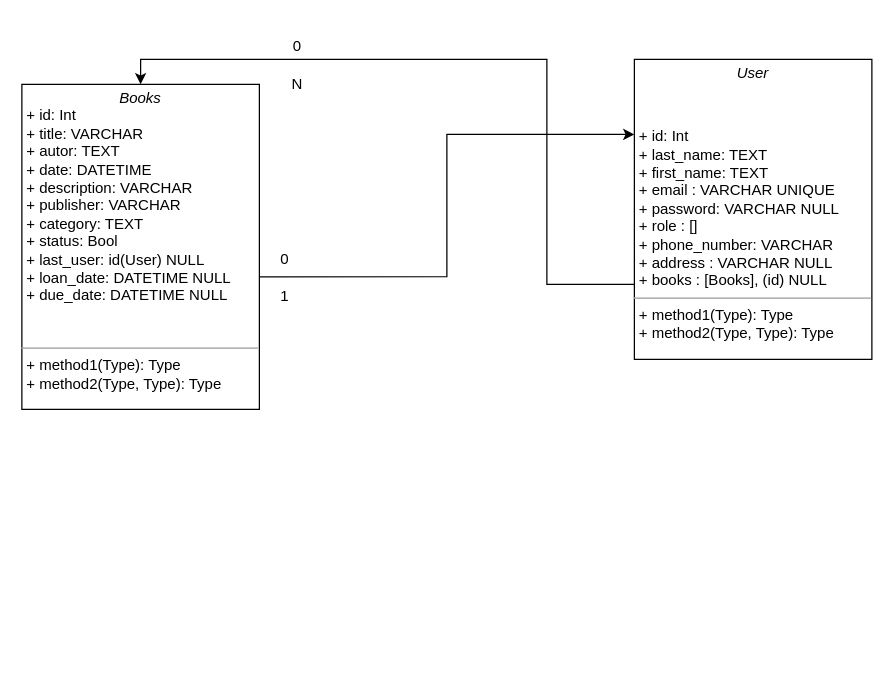
Earlier version of the draw.io diagram diagrams/Database.drawio (HugoDev12/library). Source tidied: cells renumbered, new cells numbered last; positions are measured from the earlier drawing's top-left corner, leaving out a move shared by most shapes. Both pictures are drawn from the tidied source at 125%, with x=0, y=0 at pixel (21, 34).
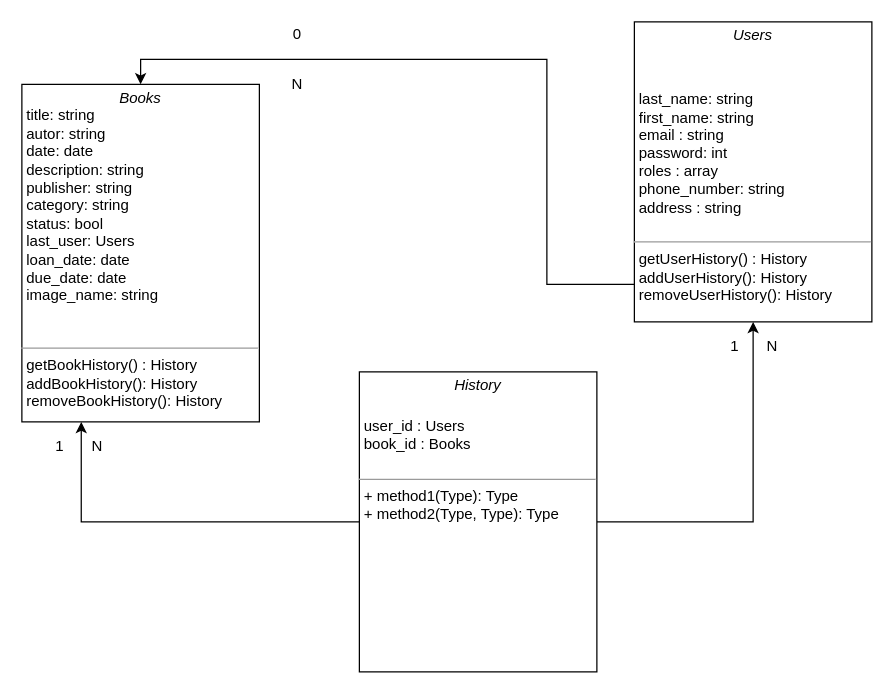
After the change.

The edit, as a diff of the source:
```diff
@@
 <mxGraphModel background="#FFFFFF">
   <root>
     <mxCell id="0" />
     <mxCell id="1" parent="0" />
-    <mxCell id="2" style="edgeStyle=orthogonalEdgeStyle;rounded=0;jettySize=auto;entryX=0;entryY=0.25;entryDx=0;entryDy=0;exitX=1;exitY=0.592;exitDx=0;exitDy=0;exitPerimeter=0;fontColor=#000000;labelBackgroundColor=none;spacing=4;" parent="1" edge="1" source="3" target="5">
-      <mxGeometry relative="1" as="geometry" />
-    </mxCell>
-    <mxCell id="3" value="&lt;p style=&quot;margin: 0px ; margin-top: 4px ; text-align: center&quot;&gt;&lt;i&gt;Books&lt;/i&gt;&lt;/p&gt;&lt;p style=&quot;margin: 0px ; margin-left: 4px&quot;&gt;+ id: Int&lt;br&gt;+ title: VARCHAR&lt;/p&gt;&lt;p style=&quot;margin: 0px ; margin-left: 4px&quot;&gt;+ autor: TEXT&lt;/p&gt;&lt;p style=&quot;margin: 0px ; margin-left: 4px&quot;&gt;+ date: DATETIME&lt;/p&gt;&lt;p style=&quot;margin: 0px ; margin-left: 4px&quot;&gt;+ description: VARCHAR&lt;/p&gt;&lt;p style=&quot;margin: 0px ; margin-left: 4px&quot;&gt;+ publisher: VARCHAR&lt;/p&gt;&lt;p style=&quot;margin: 0px ; margin-left: 4px&quot;&gt;+ category: TEXT&lt;/p&gt;&lt;p style=&quot;margin: 0px ; margin-left: 4px&quot;&gt;+ status: Bool&lt;/p&gt;&lt;p style=&quot;margin: 0px ; margin-left: 4px&quot;&gt;+ last_user: id(User) NULL&lt;/p&gt;&lt;p style=&quot;margin: 0px ; margin-left: 4px&quot;&gt;+ loan_date: DATETIME NULL&lt;/p&gt;&lt;p style=&quot;margin: 0px ; margin-left: 4px&quot;&gt;+ due_date: DATETIME NULL&lt;/p&gt;&lt;p style=&quot;margin: 0px ; margin-left: 4px&quot;&gt;&lt;br&gt;&lt;/p&gt;&lt;p style=&quot;margin: 0px ; margin-left: 4px&quot;&gt;&lt;br&gt;&lt;/p&gt;&lt;hr size=&quot;1&quot;&gt;&lt;p style=&quot;margin: 0px ; margin-left: 4px&quot;&gt;+ method1(Type): Type&lt;br&gt;+ method2(Type, Type): Type&lt;/p&gt;" style="verticalAlign=top;align=left;overflow=fill;fontSize=12;fontFamily=Helvetica;html=1;rounded=0;shadow=0;comic=0;labelBackgroundColor=none;strokeWidth=1;" parent="1" vertex="1">
-      <mxGeometry y="40" width="190" height="260" as="geometry" />
+    <mxCell id="3" value="&lt;p style=&quot;margin: 0px ; margin-top: 4px ; text-align: center&quot;&gt;&lt;i&gt;Books&lt;/i&gt;&lt;/p&gt;&lt;p style=&quot;margin: 0px ; margin-left: 4px&quot;&gt;title: string&lt;/p&gt;&lt;p style=&quot;margin: 0px ; margin-left: 4px&quot;&gt;autor: string&lt;/p&gt;&lt;p style=&quot;margin: 0px ; margin-left: 4px&quot;&gt;date: date&lt;/p&gt;&lt;p style=&quot;margin: 0px ; margin-left: 4px&quot;&gt;description: string&lt;/p&gt;&lt;p style=&quot;margin: 0px ; margin-left: 4px&quot;&gt;publisher: string&lt;/p&gt;&lt;p style=&quot;margin: 0px ; margin-left: 4px&quot;&gt;category: string&lt;/p&gt;&lt;p style=&quot;margin: 0px ; margin-left: 4px&quot;&gt;status: bool&lt;/p&gt;&lt;p style=&quot;margin: 0px ; margin-left: 4px&quot;&gt;last_user: Users&lt;/p&gt;&lt;p style=&quot;margin: 0px ; margin-left: 4px&quot;&gt;loan_date: date&lt;/p&gt;&lt;p style=&quot;margin: 0px ; margin-left: 4px&quot;&gt;due_date: date&lt;/p&gt;&lt;p style=&quot;margin: 0px ; margin-left: 4px&quot;&gt;image_name: string&lt;/p&gt;&lt;p style=&quot;margin: 0px ; margin-left: 4px&quot;&gt;&lt;br&gt;&lt;/p&gt;&lt;p style=&quot;margin: 0px ; margin-left: 4px&quot;&gt;&lt;br&gt;&lt;/p&gt;&lt;hr size=&quot;1&quot;&gt;&lt;p style=&quot;margin: 0px 0px 0px 4px&quot;&gt;getBookHistory() : History&lt;br&gt;addBookHistory(): History&lt;/p&gt;&lt;p style=&quot;margin: 0px 0px 0px 4px&quot;&gt;removeBookHistory(): History&lt;/p&gt;" style="verticalAlign=top;align=left;overflow=fill;fontSize=12;fontFamily=Helvetica;html=1;rounded=0;shadow=0;comic=0;labelBackgroundColor=none;strokeWidth=1;" parent="1" vertex="1">
+      <mxGeometry y="40" width="190" height="270" as="geometry" />
     </mxCell>
     <mxCell id="4" style="edgeStyle=orthogonalEdgeStyle;rounded=0;jettySize=auto;html=1;entryX=0.5;entryY=0;entryDx=0;entryDy=0;fontColor=#000000;labelBackgroundColor=#000000;labelBorderColor=#000000;" parent="1" edge="1" target="3">
       <mxGeometry relative="1" as="geometry">
         <mxPoint x="500" y="190" as="sourcePoint" />
         <Array as="points">
           <mxPoint x="500" y="200" />
           <mxPoint x="420" y="200" />
           <mxPoint x="420" y="20" />
           <mxPoint x="95" y="20" />
         </Array>
       </mxGeometry>
     </mxCell>
-    <mxCell id="5" value="&lt;p style=&quot;margin: 0px ; margin-top: 4px ; text-align: center&quot;&gt;&lt;i&gt;User&lt;/i&gt;&lt;/p&gt;&lt;p style=&quot;margin: 0px ; margin-top: 4px ; text-align: center&quot;&gt;&lt;i&gt;&lt;br&gt;&lt;/i&gt;&lt;/p&gt;&lt;p style=&quot;margin: 0px ; margin-top: 4px ; text-align: center&quot;&gt;&lt;i&gt;&lt;br&gt;&lt;/i&gt;&lt;/p&gt;&lt;p style=&quot;margin: 0px ; margin-left: 4px&quot;&gt;+ id: Int&lt;br&gt;+ last_name: TEXT&lt;/p&gt;&lt;p style=&quot;margin: 0px ; margin-left: 4px&quot;&gt;+ first_name: TEXT&lt;/p&gt;&lt;p style=&quot;margin: 0px ; margin-left: 4px&quot;&gt;+ email : VARCHAR UNIQUE&lt;/p&gt;&lt;p style=&quot;margin: 0px ; margin-left: 4px&quot;&gt;+ password: VARCHAR NULL&lt;/p&gt;&lt;p style=&quot;margin: 0px 0px 0px 4px&quot;&gt;+ role : []&lt;/p&gt;&lt;p style=&quot;margin: 0px 0px 0px 4px&quot;&gt;&lt;span&gt;+ phone_number: VARCHAR&lt;/span&gt;&lt;br&gt;&lt;/p&gt;&lt;p style=&quot;margin: 0px ; margin-left: 4px&quot;&gt;&lt;span&gt;+ address : VARCHAR NULL&lt;/span&gt;&lt;br&gt;&lt;/p&gt;&lt;p style=&quot;margin: 0px ; margin-left: 4px&quot;&gt;+ books : [Books], (id) NULL&lt;/p&gt;&lt;hr size=&quot;1&quot;&gt;&lt;p style=&quot;margin: 0px ; margin-left: 4px&quot;&gt;+ method1(Type): Type&lt;br&gt;+ method2(Type, Type): Type&lt;/p&gt;" style="verticalAlign=top;align=left;overflow=fill;fontSize=12;fontFamily=Helvetica;html=1;rounded=0;shadow=0;comic=0;labelBackgroundColor=none;strokeWidth=1;" parent="1" vertex="1">
-      <mxGeometry x="490" y="20" width="190" height="240" as="geometry" />
-    </mxCell>
     <mxCell id="6" value="0" style="text;html=1;align=center;verticalAlign=middle;fontColor=#000000;" parent="1" vertex="1">
-      <mxGeometry x="210" width="20" height="20" as="geometry" />
+      <mxGeometry x="210" y="-10" width="20" height="20" as="geometry" />
     </mxCell>
     <mxCell id="7" value="N" style="text;html=1;align=center;verticalAlign=middle;fontColor=#000000;" parent="1" vertex="1">
       <mxGeometry x="210" y="30" width="20" height="20" as="geometry" />
     </mxCell>
-    <mxCell id="8" value="0" style="text;html=1;align=center;verticalAlign=middle;strokeColor=none;fillColor=none;" parent="1" vertex="1">
-      <mxGeometry x="200" y="170" width="20" height="20" as="geometry" />
-    </mxCell>
-    <mxCell id="9" value="1" style="text;html=1;align=center;verticalAlign=middle;strokeColor=none;fillColor=none;" parent="1" vertex="1">
-      <mxGeometry x="200" y="200" width="20" height="20" as="geometry" />
-    </mxCell>
+    <mxCell id="10" value="&lt;p style=&quot;margin: 0px ; margin-top: 4px ; text-align: center&quot;&gt;&lt;i&gt;Users&lt;/i&gt;&lt;/p&gt;&lt;p style=&quot;margin: 0px ; margin-top: 4px ; text-align: center&quot;&gt;&lt;i&gt;&lt;br&gt;&lt;/i&gt;&lt;/p&gt;&lt;p style=&quot;margin: 0px ; margin-top: 4px ; text-align: center&quot;&gt;&lt;br&gt;&lt;/p&gt;&lt;p style=&quot;margin: 0px ; margin-left: 4px&quot;&gt;last_name: string&lt;/p&gt;&lt;p style=&quot;margin: 0px ; margin-left: 4px&quot;&gt;first_name: string&lt;/p&gt;&lt;p style=&quot;margin: 0px ; margin-left: 4px&quot;&gt;email : string&lt;/p&gt;&lt;p style=&quot;margin: 0px ; margin-left: 4px&quot;&gt;password: int&lt;/p&gt;&lt;p style=&quot;margin: 0px ; margin-left: 4px&quot;&gt;roles : array&lt;/p&gt;&lt;p style=&quot;margin: 0px 0px 0px 4px&quot;&gt;&lt;span&gt;phone_number: string&lt;/span&gt;&lt;br&gt;&lt;/p&gt;&lt;p style=&quot;margin: 0px ; margin-left: 4px&quot;&gt;&lt;span&gt;address : string&lt;/span&gt;&lt;br&gt;&lt;/p&gt;&lt;p style=&quot;margin: 0px ; margin-left: 4px&quot;&gt;&lt;br&gt;&lt;/p&gt;&lt;hr size=&quot;1&quot;&gt;&lt;p style=&quot;margin: 0px ; margin-left: 4px&quot;&gt;getUserHistory() : History&lt;br&gt;addUserHistory(): History&lt;/p&gt;&lt;p style=&quot;margin: 0px ; margin-left: 4px&quot;&gt;removeUserHistory(): History&lt;/p&gt;" style="verticalAlign=top;align=left;overflow=fill;fontSize=12;fontFamily=Helvetica;html=1;rounded=0;shadow=0;comic=0;labelBackgroundColor=none;strokeWidth=1;" parent="1" vertex="1">
+      <mxGeometry x="490" y="-10" width="190" height="240" as="geometry" />
+    </mxCell>
+    <mxCell id="11" style="edgeStyle=orthogonalEdgeStyle;rounded=0;jettySize=auto;html=1;strokeColor=default;" parent="1" edge="1" source="13" target="10">
+      <mxGeometry relative="1" as="geometry" />
+    </mxCell>
+    <mxCell id="12" style="edgeStyle=orthogonalEdgeStyle;rounded=0;jettySize=auto;html=1;exitX=0;exitY=0.5;exitDx=0;exitDy=0;entryX=0.25;entryY=1;entryDx=0;entryDy=0;strokeColor=default;" parent="1" edge="1" source="13" target="3">
+      <mxGeometry relative="1" as="geometry" />
+    </mxCell>
+    <mxCell id="13" value="&lt;p style=&quot;margin: 0px ; margin-top: 4px ; text-align: center&quot;&gt;&lt;i&gt;History&lt;/i&gt;&lt;/p&gt;&lt;p style=&quot;margin: 0px ; margin-top: 4px ; text-align: center&quot;&gt;&lt;br&gt;&lt;/p&gt;&lt;p style=&quot;margin: 0px ; margin-left: 4px&quot;&gt;user_id : Users&lt;/p&gt;&lt;p style=&quot;margin: 0px ; margin-left: 4px&quot;&gt;book_id : Books&lt;/p&gt;&lt;p style=&quot;margin: 0px ; margin-left: 4px&quot;&gt;&lt;br&gt;&lt;/p&gt;&lt;hr size=&quot;1&quot;&gt;&lt;p style=&quot;margin: 0px ; margin-left: 4px&quot;&gt;+ method1(Type): Type&lt;br&gt;+ method2(Type, Type): Type&lt;/p&gt;" style="verticalAlign=top;align=left;overflow=fill;fontSize=12;fontFamily=Helvetica;html=1;rounded=0;shadow=0;comic=0;labelBackgroundColor=none;strokeWidth=1;" parent="1" vertex="1">
+      <mxGeometry x="270" y="270" width="190" height="240" as="geometry" />
+    </mxCell>
+    <mxCell id="14" value="1" style="text;html=1;align=center;verticalAlign=middle;strokeColor=none;fillColor=none;" parent="1" vertex="1">
+      <mxGeometry x="20" y="320" width="20" height="20" as="geometry" />
+    </mxCell>
+    <mxCell id="15" value="N" style="text;html=1;align=center;verticalAlign=middle;strokeColor=none;fillColor=none;" parent="1" vertex="1">
+      <mxGeometry x="50" y="320" width="20" height="20" as="geometry" />
+    </mxCell>
+    <mxCell id="16" value="1" style="text;html=1;align=center;verticalAlign=middle;strokeColor=none;fillColor=none;" parent="1" vertex="1">
+      <mxGeometry x="560" y="240" width="20" height="20" as="geometry" />
+    </mxCell>
+    <mxCell id="17" value="N" style="text;html=1;align=center;verticalAlign=middle;strokeColor=none;fillColor=none;" parent="1" vertex="1">
+      <mxGeometry x="590" y="240" width="20" height="20" as="geometry" />
+    </mxCell>
   </root>
 </mxGraphModel>
```
